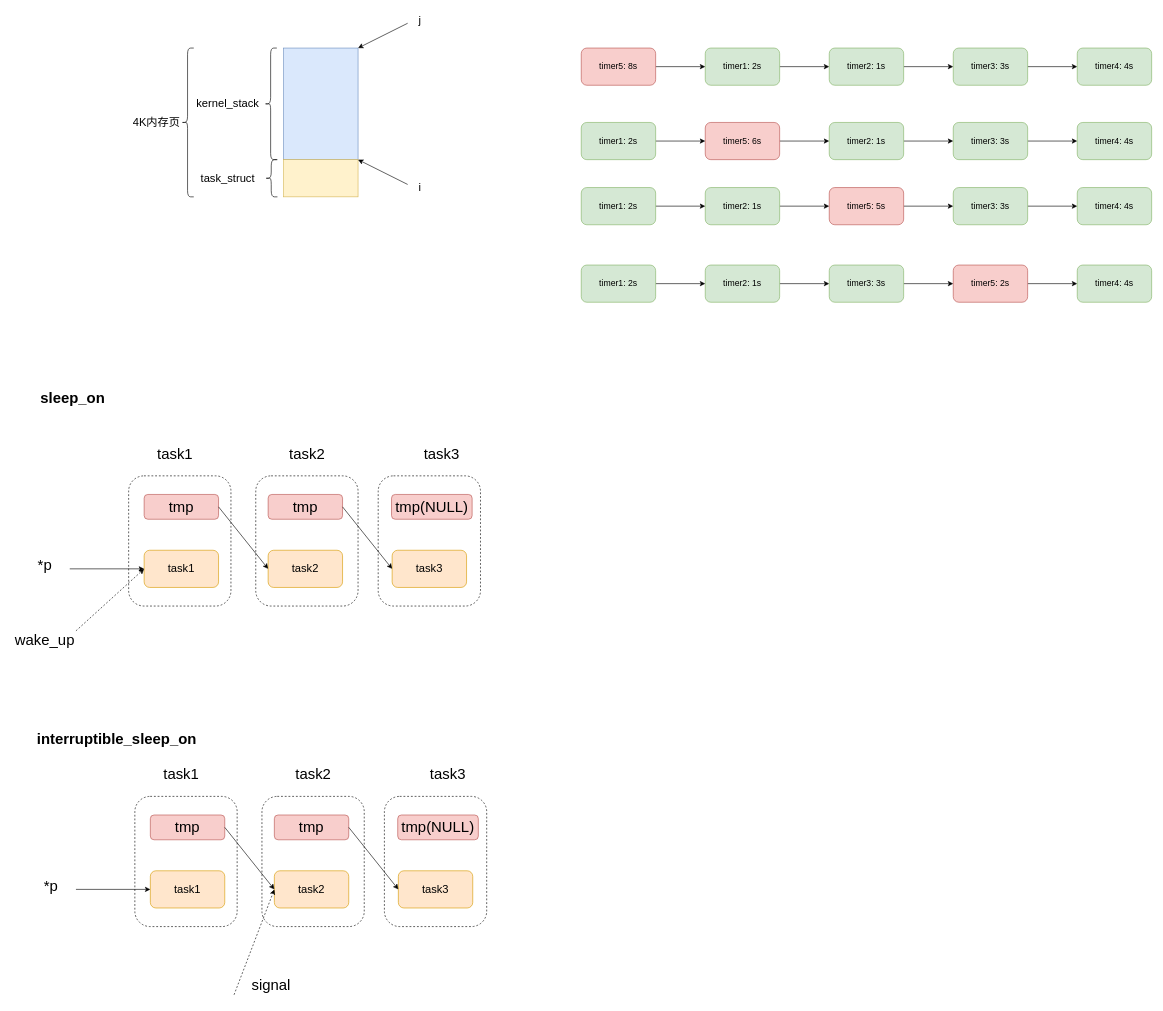
zgjsxx/static-img-repo keeps this draw.io diagram as blog/Linux/Linux-0.11-kernel/sched/sched.drawio. Above is the earlier version. Source tidied: cells renumbered, new cells numbered last; positions are measured from the earlier drawing's top-left corner, leaving out a move shared by most shapes. Both pictures are drawn from the tidied source at 62%, with x=0, y=0 at pixel (11, 11).
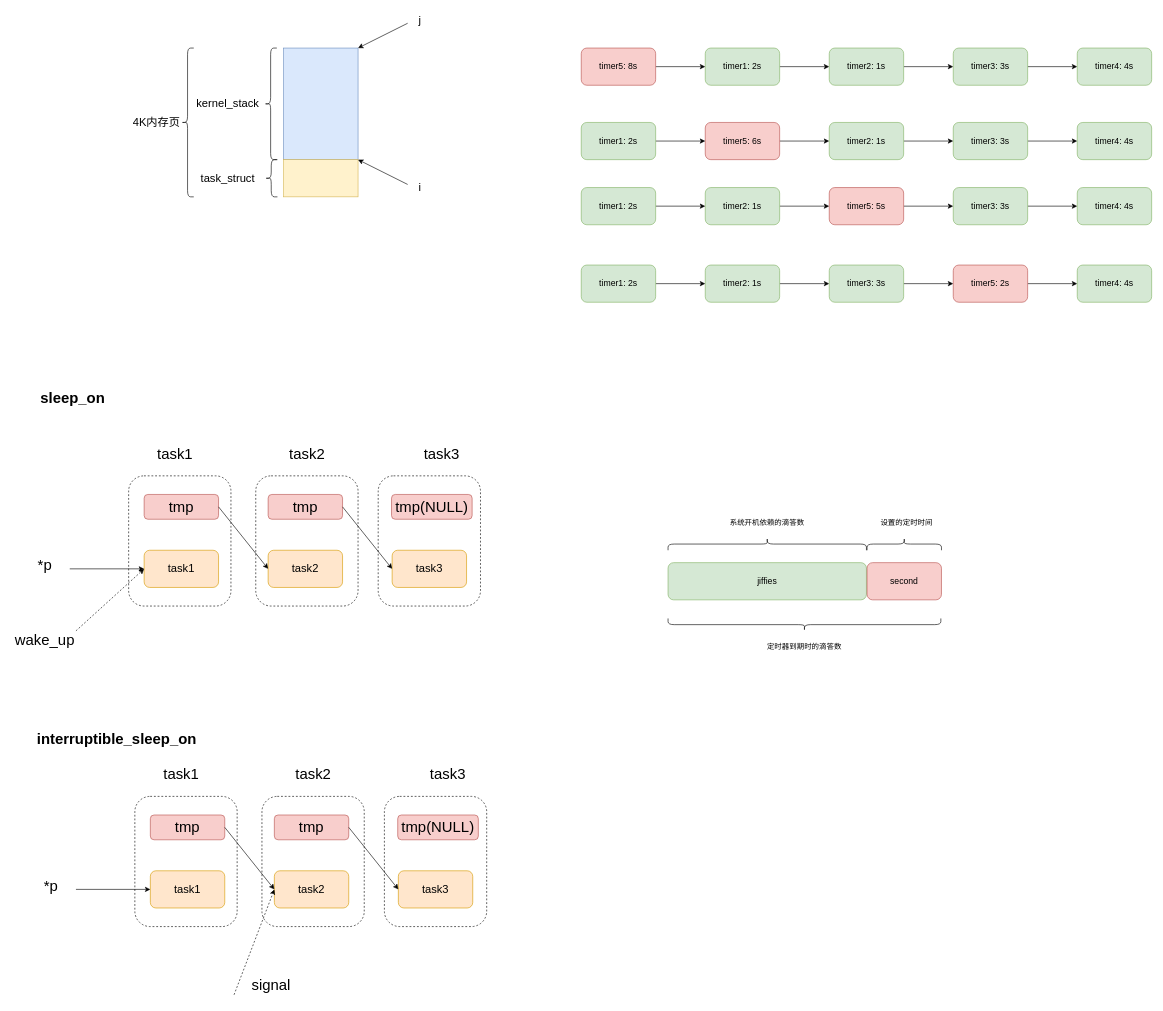
The same diagram, later.

The edit, as a diff of the source:
```diff
@@
+    <mxCell id="88" value="&lt;font style=&quot;font-size: 14px;&quot;&gt;jiffies&lt;/font&gt;" style="rounded=1;whiteSpace=wrap;html=1;fillColor=#d5e8d4;strokeColor=#82b366;" parent="1" vertex="1">
+      <mxGeometry x="1060" y="890" width="320" height="60" as="geometry" />
+    </mxCell>
+    <mxCell id="89" value="&lt;font style=&quot;font-size: 14px;&quot;&gt;second&lt;/font&gt;" style="rounded=1;whiteSpace=wrap;html=1;fillColor=#f8cecc;strokeColor=#b85450;" parent="1" vertex="1">
+      <mxGeometry x="1381" y="890" width="120" height="60" as="geometry" />
+    </mxCell>
+    <mxCell id="90" style="shape=curlyBracket;whiteSpace=wrap;html=1;rounded=1;labelPosition=left;verticalLabelPosition=middle;align=right;verticalAlign=middle;rotation=90;" parent="1" vertex="1">
+      <mxGeometry x="1210" y="700" width="20" height="320" as="geometry" />
+    </mxCell>
+    <mxCell id="91" value="系统开机依赖的滴答数" style="text;strokeColor=none;align=center;fillColor=none;html=1;verticalAlign=middle;whiteSpace=wrap;rounded=0;" parent="1" vertex="1">
+      <mxGeometry x="1150" y="810" width="140" height="30" as="geometry" />
+    </mxCell>
+    <mxCell id="92" style="shape=curlyBracket;whiteSpace=wrap;html=1;rounded=1;flipH=1;labelPosition=right;verticalLabelPosition=middle;align=left;verticalAlign=middle;rotation=-90;" parent="1" vertex="1">
+      <mxGeometry x="1431" y="800" width="20" height="120" as="geometry" />
+    </mxCell>
+    <mxCell id="93" value="设置的定时时间" style="text;strokeColor=none;align=center;fillColor=none;html=1;verticalAlign=middle;whiteSpace=wrap;rounded=0;" parent="1" vertex="1">
+      <mxGeometry x="1390" y="810" width="110" height="30" as="geometry" />
+    </mxCell>
+    <mxCell id="94" style="shape=curlyBracket;whiteSpace=wrap;html=1;rounded=1;flipH=1;labelPosition=right;verticalLabelPosition=middle;align=left;verticalAlign=middle;rotation=90;" parent="1" vertex="1">
+      <mxGeometry x="1270" y="770" width="20" height="440" as="geometry" />
+    </mxCell>
+    <mxCell id="95" value="定时器到期时的滴答数" style="text;strokeColor=none;align=center;fillColor=none;html=1;verticalAlign=middle;whiteSpace=wrap;rounded=0;" parent="1" vertex="1">
+      <mxGeometry x="1210" y="1010" width="140" height="30" as="geometry" />
+    </mxCell>
```
